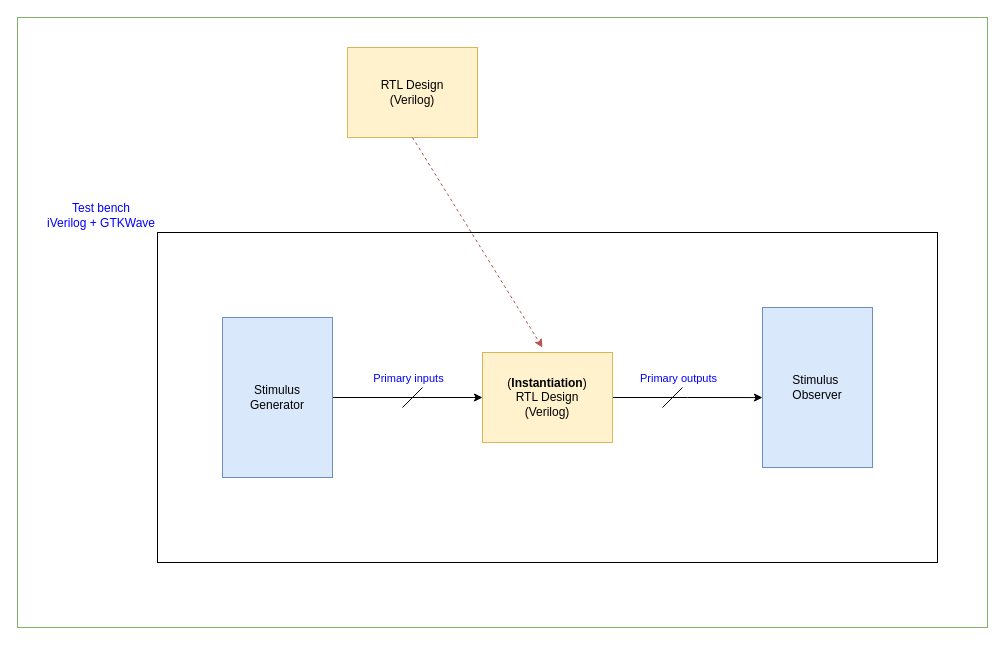
This is page "Page-1" (1 of 2) of assets/diagrams.drawio from kambadur/sky130RTLDesignAndSynthesisWorkshop, a draw.io file, before an edit. Source tidied: cells renumbered, new cells numbered last; positions are measured from the earlier drawing's top-left corner, leaving out a move shared by most shapes. Both pictures are drawn from the tidied source at 100%, with x=0, y=0 at pixel (17, 17).
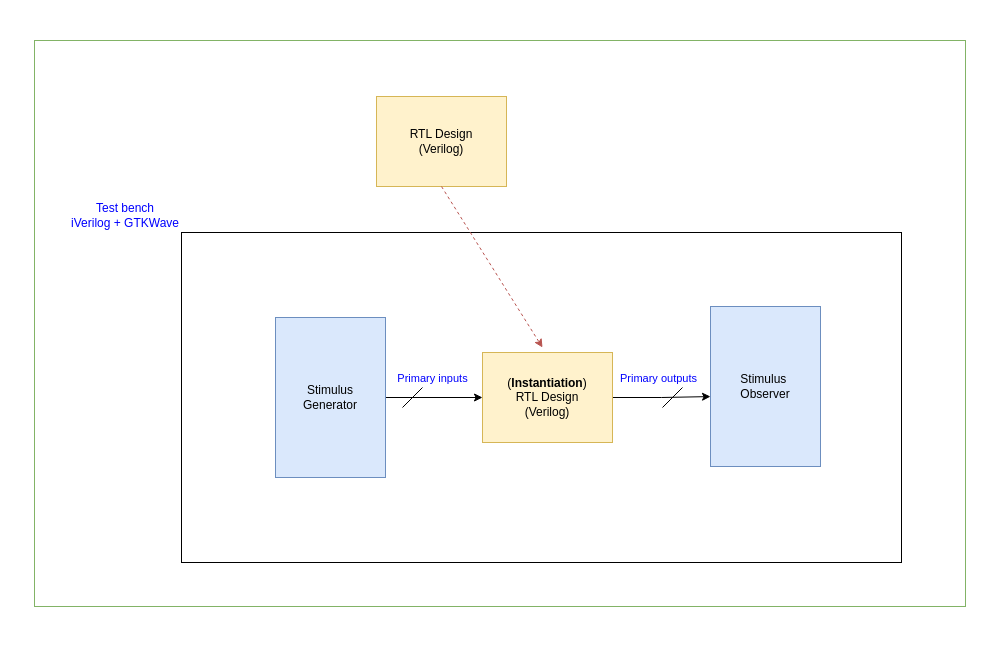
After the change.

Change to the diagram source:
```diff
@@
 <mxGraphModel>
   <root>
     <mxCell id="0" />
     <mxCell id="1" parent="0" />
     <mxCell id="2" value="RTL Design&lt;br&gt;(Verilog)" style="rounded=0;whiteSpace=wrap;html=1;fillColor=#fff2cc;strokeColor=#d6b656;" parent="1" vertex="1">
-      <mxGeometry x="330" y="30" width="130" height="90" as="geometry" />
+      <mxGeometry x="359" y="79" width="130" height="90" as="geometry" />
     </mxCell>
     <mxCell id="3" value="&lt;div style=&quot;text-align: center&quot;&gt;&lt;span&gt;&lt;font color=&quot;#0000ff&quot;&gt;Test bench&lt;/font&gt;&lt;/span&gt;&lt;/div&gt;&lt;font color=&quot;#0000ff&quot;&gt;iVerilog + GTKWave&lt;/font&gt;" style="rounded=0;whiteSpace=wrap;html=1;labelPosition=left;verticalLabelPosition=top;align=right;verticalAlign=bottom;horizontal=1;" parent="1" vertex="1">
-      <mxGeometry x="140" y="215" width="780" height="330" as="geometry" />
+      <mxGeometry x="164" y="215" width="720" height="330" as="geometry" />
     </mxCell>
     <mxCell id="4" style="edgeStyle=orthogonalEdgeStyle;rounded=0;jettySize=auto;html=1;entryX=0;entryY=0.563;entryDx=0;entryDy=0;entryPerimeter=0;" parent="1" edge="1" source="5" target="9">
       <mxGeometry relative="1" as="geometry" />
     </mxCell>
     <mxCell id="5" value="(&lt;b&gt;Instantiation&lt;/b&gt;)&lt;br&gt;RTL Design&lt;br&gt;(Verilog)" style="rounded=0;whiteSpace=wrap;html=1;fillColor=#fff2cc;strokeColor=#d6b656;" parent="1" vertex="1">
       <mxGeometry x="465" y="335" width="130" height="90" as="geometry" />
     </mxCell>
     <mxCell id="6" style="edgeStyle=orthogonalEdgeStyle;rounded=0;jettySize=auto;html=1;entryX=0;entryY=0.5;entryDx=0;entryDy=0;" parent="1" edge="1" source="8" target="5">
       <mxGeometry relative="1" as="geometry" />
     </mxCell>
     <mxCell id="7" value="Primary inputs" style="edgeLabel;html=1;align=center;verticalAlign=middle;fontColor=#0000FF;rounded=0;" parent="6" vertex="1">
       <mxGeometry x="-0.32" y="1" relative="1" as="geometry">
-        <mxPoint x="24" y="-19" as="offset" />
+        <mxPoint x="13" y="-19" as="offset" />
       </mxGeometry>
     </mxCell>
     <mxCell id="8" value="Stimulus &lt;br&gt;Generator" style="rounded=0;whiteSpace=wrap;html=1;fillColor=#dae8fc;strokeColor=#6c8ebf;" parent="1" vertex="1">
-      <mxGeometry x="205" y="300" width="110" height="160" as="geometry" />
+      <mxGeometry x="258" y="300" width="110" height="160" as="geometry" />
     </mxCell>
     <mxCell id="9" value="Stimulus&amp;nbsp;&lt;br&gt;Observer" style="rounded=0;whiteSpace=wrap;html=1;fillColor=#dae8fc;strokeColor=#6c8ebf;" parent="1" vertex="1">
-      <mxGeometry x="745" y="290" width="110" height="160" as="geometry" />
+      <mxGeometry x="693" y="289" width="110" height="160" as="geometry" />
     </mxCell>
     <mxCell id="10" style="endArrow=none;html=1;rounded=0;" parent="1" edge="1">
       <mxGeometry relative="1" as="geometry">
         <mxPoint x="385" y="390" as="sourcePoint" />
         <mxPoint x="405" y="370" as="targetPoint" />
       </mxGeometry>
     </mxCell>
     <mxCell id="11" style="endArrow=none;html=1;rounded=0;" parent="1" edge="1">
       <mxGeometry relative="1" as="geometry">
         <mxPoint x="645" y="390" as="sourcePoint" />
         <mxPoint x="665" y="370" as="targetPoint" />
       </mxGeometry>
     </mxCell>
     <mxCell id="12" style="endArrow=classic;html=1;rounded=0;exitX=0.5;exitY=1;exitDx=0;exitDy=0;fillColor=#f8cecc;strokeColor=#b85450;dashed=1;" parent="1" edge="1" source="2">
       <mxGeometry relative="1" as="geometry">
         <mxPoint x="525" y="330" as="targetPoint" />
       </mxGeometry>
     </mxCell>
     <mxCell id="13" value="Primary outputs" style="edgeLabel;html=1;align=center;verticalAlign=middle;fontColor=#0000FF;rounded=0;" parent="1" vertex="1">
-      <mxGeometry x="660" y="360" as="geometry" />
+      <mxGeometry x="660" y="360" as="geometry">
+        <mxPoint x="-20" as="offset" />
+      </mxGeometry>
     </mxCell>
-    <mxCell id="14" style="rounded=0;whiteSpace=wrap;html=1;fillColor=none;strokeColor=#82b366;" parent="1" vertex="1">
-      <mxGeometry width="970" height="610" as="geometry" />
-    </mxCell>
+    <mxCell id="15" style="rounded=0;whiteSpace=wrap;html=1;fillColor=none;strokeColor=#82b366;gradientColor=#ffffff;" parent="1" vertex="1">
+      <mxGeometry x="17" y="23" width="931" height="566" as="geometry" />
+    </mxCell>
   </root>
 </mxGraphModel>
```
